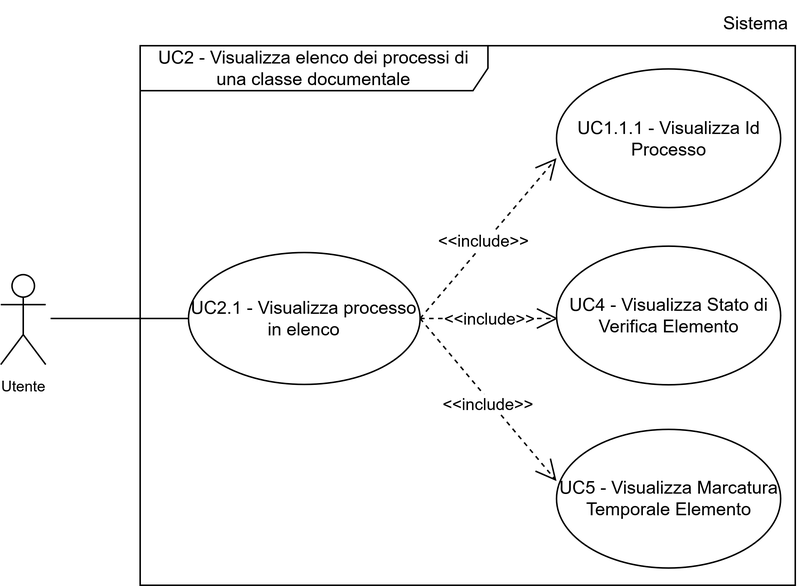
7-ZPUs/Docs keeps this draw.io diagram as assets/uml/UC2INC.png. Above is the earlier version. Source tidied: cells renumbered, new cells last; positions are measured from the earlier drawing's top-left corner, leaving out a move shared by most shapes.
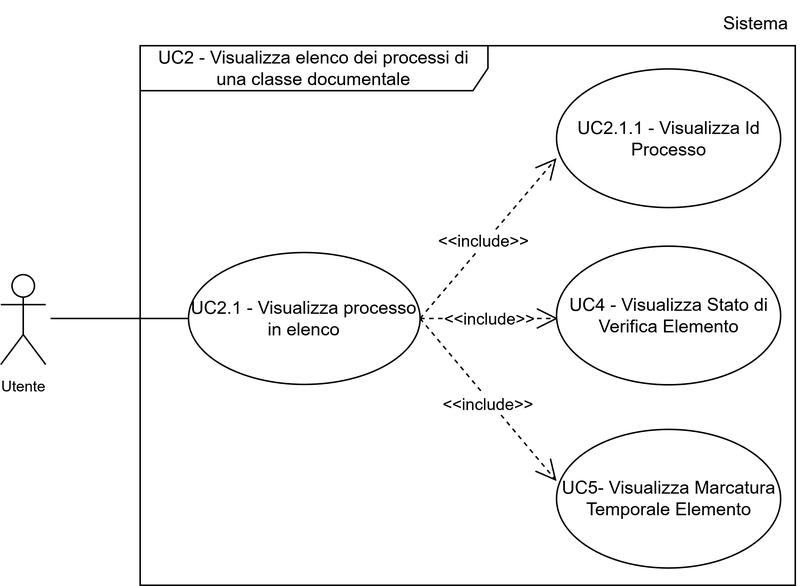
The same diagram one commit later.

Change to the diagram source:
```diff
@@ -34,13 +34,13 @@
         <mxPoint x="370.8" y="320.5" as="targetPoint" />
       </mxGeometry>
     </mxCell>
-    <mxCell id="10" value="UC1.1.1 - Visualizza Id Processo" style="ellipse;whiteSpace=wrap;html=1;" parent="1" vertex="1">
+    <mxCell id="10" value="UC2.1.1 - Visualizza Id Processo" style="ellipse;whiteSpace=wrap;html=1;" parent="1" vertex="1">
       <mxGeometry x="370.8" y="45.5" width="149.5" height="92.5" as="geometry" />
     </mxCell>
     <mxCell id="11" value="UC4 - Visualizza Stato di Verifica Elemento" style="ellipse;whiteSpace=wrap;html=1;" parent="1" vertex="1">
       <mxGeometry x="370.8" y="163.8" width="149.5" height="92.5" as="geometry" />
     </mxCell>
-    <mxCell id="12" value="UC5 - Visualizza Marcatura Temporale Elemento" style="ellipse;whiteSpace=wrap;html=1;" parent="1" vertex="1">
+    <mxCell id="12" value="UC5- Visualizza Marcatura Temporale Elemento" style="ellipse;whiteSpace=wrap;html=1;" parent="1" vertex="1">
       <mxGeometry x="370.8" y="286" width="149.5" height="92.5" as="geometry" />
     </mxCell>
   </root>
```
